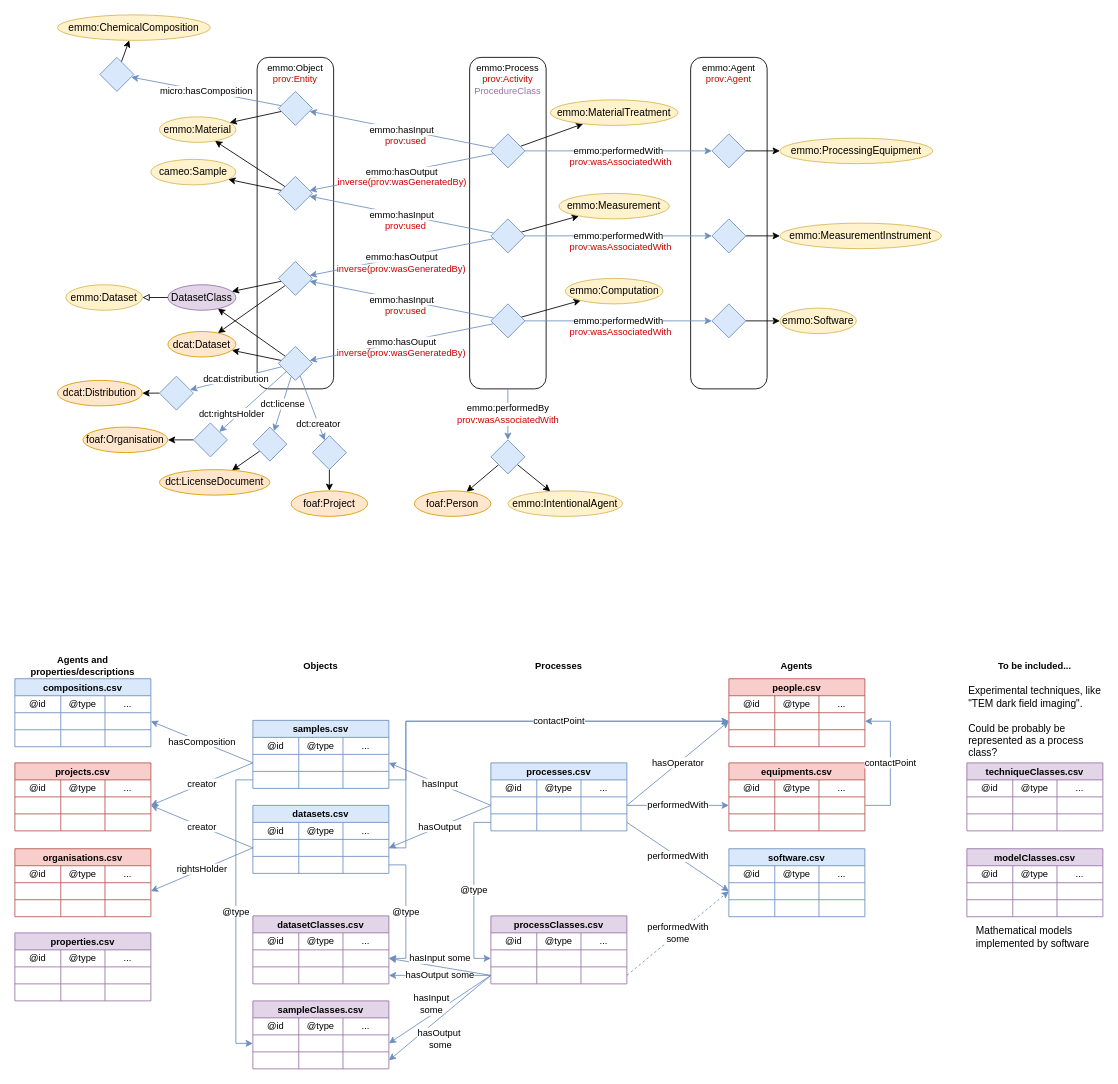
Before: page "Documentation-tables" (1 of 2) of tables/figs/linked-data.drawio in SINTEF/physmet-data-documentation-templates, a draw.io diagram. Source tidied: cells renumbered, new cells numbered last; positions are measured from the earlier drawing's top-left corner, leaving out a move shared by most shapes. Both pictures are drawn from the tidied source at 85%, with x=0, y=0 at pixel (14, 14).
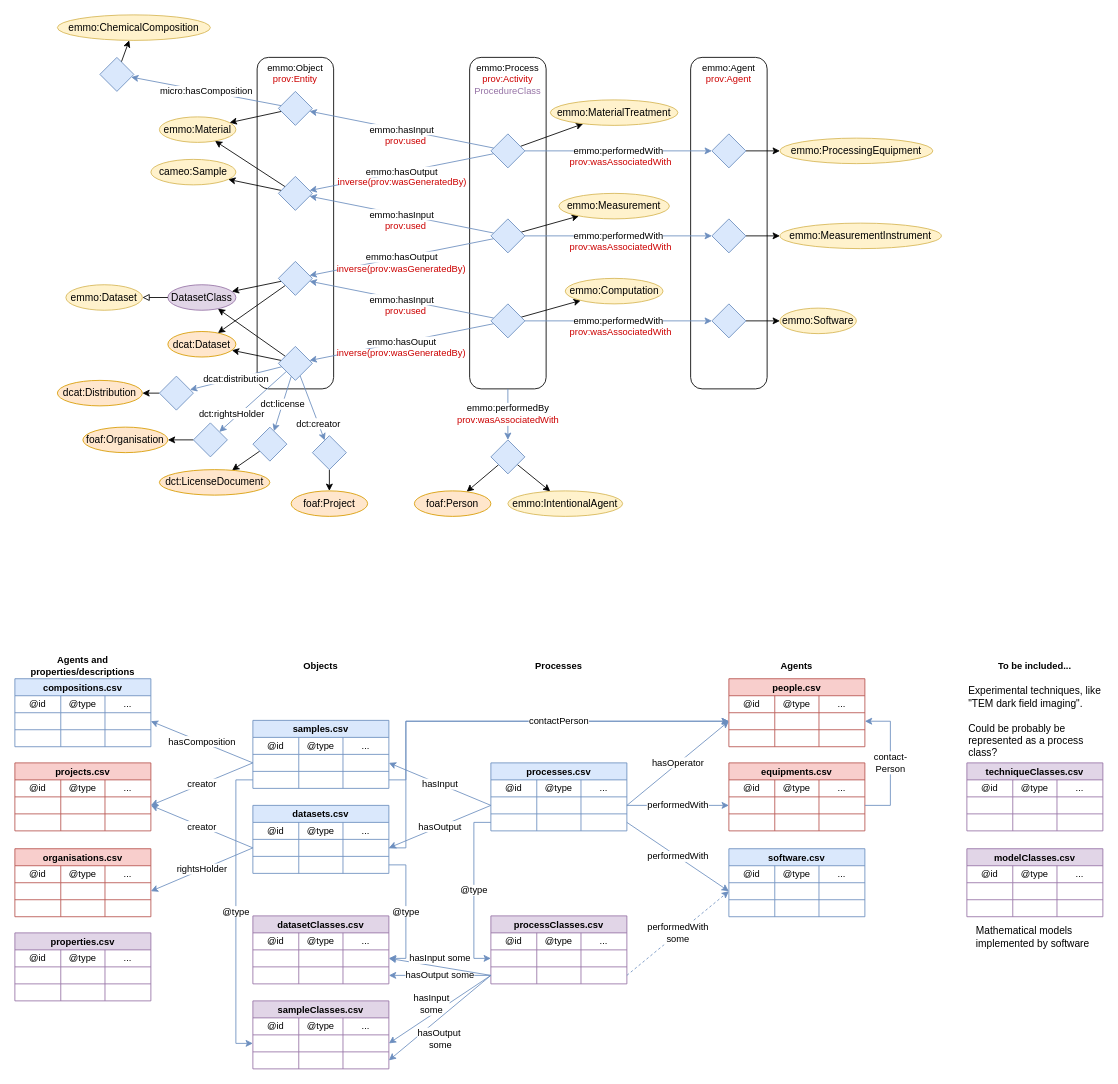
After the change.

The change refers to these unchanged cells:
```xml
<mxCell id="90" style="shape=tableRow;horizontal=0;startSize=0;swimlaneHead=0;swimlaneBody=0;top=0;left=0;bottom=0;right=0;fillColor=none;points=[[0,0.5],[1,0.5]];portConstraint=eastwest;fontFamily=Helvetica;fontSize=11;fontColor=#D79B00;" parent="85" vertex="1">
  <mxGeometry y="40" width="160" height="20" as="geometry" />
</mxCell>
<mxCell id="145" style="shape=tableRow;horizontal=0;startSize=0;swimlaneHead=0;swimlaneBody=0;top=0;left=0;bottom=0;right=0;fillColor=none;points=[[0,0.5],[1,0.5]];portConstraint=eastwest;fontFamily=Helvetica;fontSize=11;fontColor=#D79B00;" parent="140" vertex="1">
  <mxGeometry y="40" width="160" height="20" as="geometry" />
</mxCell>
<mxCell id="159" style="shape=tableRow;horizontal=0;startSize=0;swimlaneHead=0;swimlaneBody=0;top=0;left=0;bottom=0;right=0;fillColor=none;points=[[0,0.5],[1,0.5]];portConstraint=eastwest;fontFamily=Helvetica;fontSize=11;fontColor=#D79B00;" parent="154" vertex="1">
  <mxGeometry y="40" width="160" height="20" as="geometry" />
</mxCell>
```

Diff of the diagram source:
```diff
@@
-    <mxCell id="246" value="&lt;font color=&quot;#000000&quot;&gt;contactPoint&lt;/font&gt;" style="edgeStyle=orthogonalEdgeStyle;shape=connector;rounded=0;jettySize=auto;html=1;labelBackgroundColor=default;strokeColor=#6c8ebf;fontFamily=Helvetica;fontSize=11;fontColor=#9673A6;endArrow=classic;endFill=1;entryX=1;entryY=0.5;entryDx=0;entryDy=0;exitX=1;exitY=0.5;exitDx=0;exitDy=0;fillColor=#dae8fc;" parent="1" edge="1" source="145" target="159">
+    <mxCell id="246" value="&lt;font color=&quot;#000000&quot;&gt;contact-&lt;/font&gt;&lt;div&gt;&lt;font color=&quot;#000000&quot;&gt;Person&lt;/font&gt;&lt;/div&gt;" style="edgeStyle=orthogonalEdgeStyle;shape=connector;rounded=0;jettySize=auto;html=1;labelBackgroundColor=default;strokeColor=#6c8ebf;fontFamily=Helvetica;fontSize=11;fontColor=#9673A6;endArrow=classic;endFill=1;entryX=1;entryY=0.5;entryDx=0;entryDy=0;exitX=1;exitY=0.5;exitDx=0;exitDy=0;fillColor=#dae8fc;" parent="1" edge="1" source="145" target="159">
       <mxGeometry x="0.01" relative="1" as="geometry">
         <Array as="points">
           <mxPoint x="1030" y="930" />
           <mxPoint x="1030" y="831" />
         </Array>
       </mxGeometry>
     </mxCell>
-    <mxCell id="247" value="&lt;font color=&quot;#000000&quot;&gt;contactPoint&lt;/font&gt;" style="edgeStyle=orthogonalEdgeStyle;shape=connector;rounded=0;jettySize=auto;html=1;labelBackgroundColor=default;strokeColor=#6c8ebf;fontFamily=Helvetica;fontSize=11;fontColor=#9673A6;endArrow=classic;endFill=1;entryX=0;entryY=0.5;entryDx=0;entryDy=0;exitX=1;exitY=0.5;exitDx=0;exitDy=0;fillColor=#dae8fc;" parent="1" edge="1" source="90" target="159">
+    <mxCell id="247" value="&lt;font color=&quot;#000000&quot;&gt;contactPerson&lt;/font&gt;" style="edgeStyle=orthogonalEdgeStyle;shape=connector;rounded=0;jettySize=auto;html=1;labelBackgroundColor=default;strokeColor=#6c8ebf;fontFamily=Helvetica;fontSize=11;fontColor=#9673A6;endArrow=classic;endFill=1;entryX=0;entryY=0.5;entryDx=0;entryDy=0;exitX=1;exitY=0.5;exitDx=0;exitDy=0;fillColor=#dae8fc;" parent="1" edge="1" source="90" target="159">
       <mxGeometry x="0.27" relative="1" as="geometry">
         <Array as="points">
           <mxPoint x="460" y="980" />
           <mxPoint x="460" y="831" />
         </Array>
       </mxGeometry>
     </mxCell>
```
